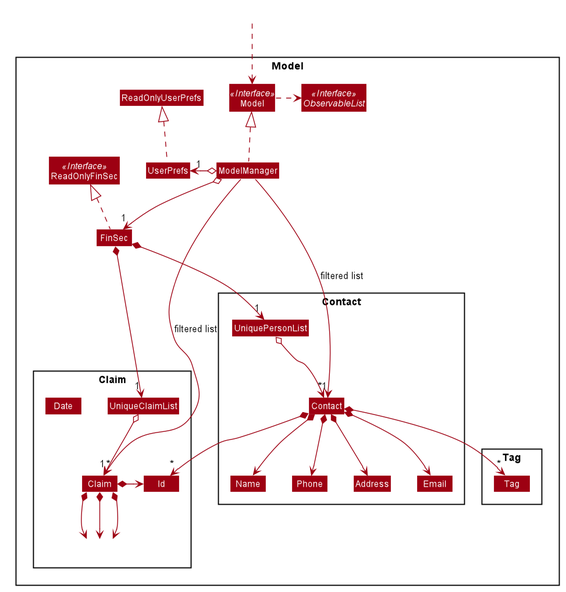
Before: images/ModelClassDiagram.png, a diagram exported from PlantUML (AY1920S1-CS2103T-W12-1/main).
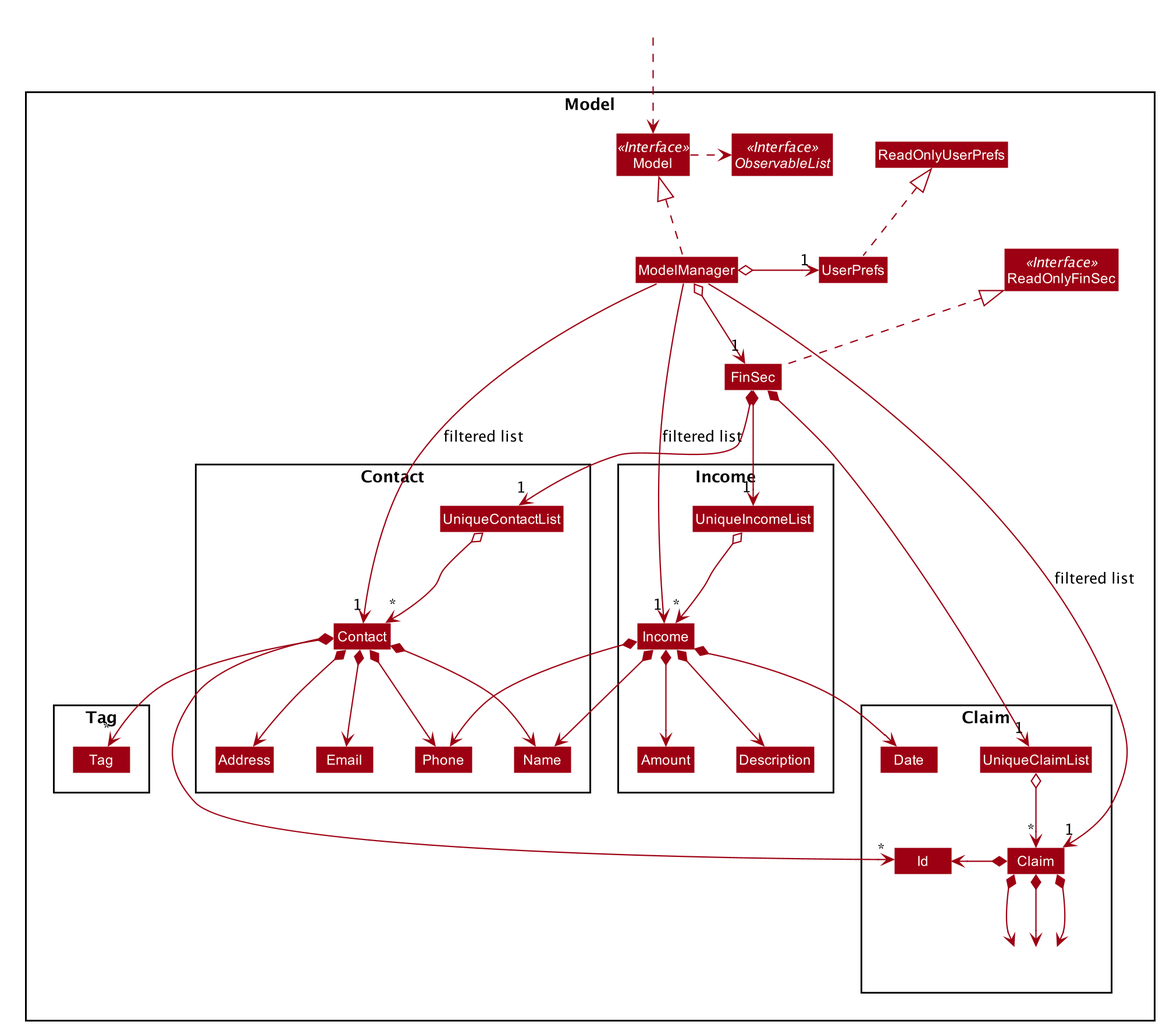
Above is the later version.

What changed in the source:
```diff
@@ -69,7 +69,7 @@
 Class Email
 Class Name
 Class Phone
-Class UniquePersonList
+Class UniqueContactList
 }
 
 Package Tag {
@@ -83,6 +83,17 @@
 Class Date
 Class Hidden #FFFFFF
 }
+
+Package Income {
+Class UniqueIncomeList
+Class Income
+Class Description
+Class Amount
+Class Name
+Class Phone
+Class Hidden #FFFFFF
+}
+
 }
 
 Class HiddenOutside #FFFFFF
@@ -96,8 +107,8 @@
 ModelManager o-left-> "1" UserPrefs
 UserPrefs .up.|> ReadOnlyUserPrefs
 
-FinSec *--> "1" UniquePersonList
-UniquePersonList o--> "*" Contact
+FinSec *--> "1" UniqueContactList
+UniqueContactList o--> "*" Contact
 Contact *--> Name
 Contact *--> Phone
 Contact *--> Email
@@ -112,10 +123,19 @@
 Claim *-down-> Hidden
 Claim *-down-> Hidden
 
+FinSec *--> "1" UniqueIncomeList
+UniqueIncomeList o--> "*" Income
+Income *--> Description
+Income *--> Amount
+Income *--> Date
+Income *--> Name
+Income *--> Phone
+
 Name -[hidden]right-> Phone
 Phone -[hidden]right-> Address
 Address -[hidden]right-> Email
 
 ModelManager -->"1" Contact : filtered list
 ModelManager -->"1" Claim : filtered list
+ModelManager -->"1" Income : filtered list
 @enduml
```
